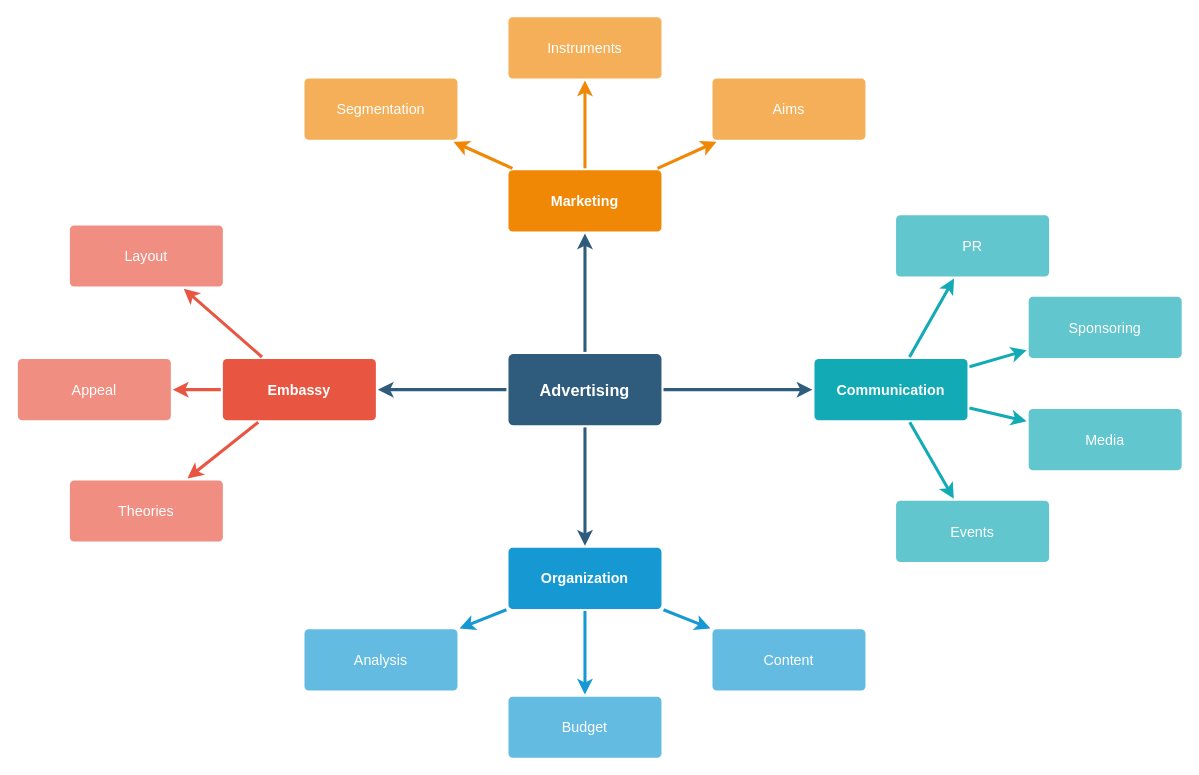
FabioAlex/gim keeps this draw.io diagram as mapa_conceptual.drawio. Above is the earlier version. Source tidied: cells renumbered, new cells numbered last; positions are measured from the earlier drawing's top-left corner, leaving out a move shared by most shapes. Both pictures are drawn from the tidied source at 102%, with x=0, y=0 at pixel (17, 16).
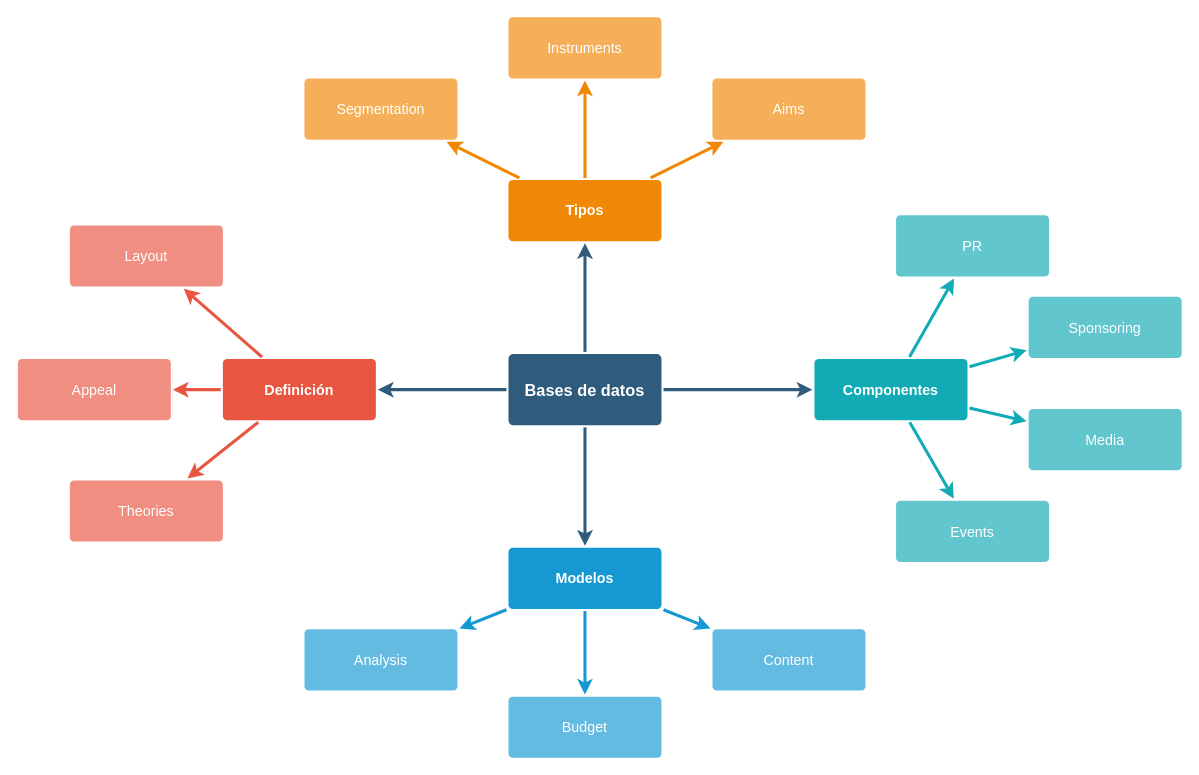
The same page after the edit.

Diff of the diagram source:
```diff
@@
-    <mxCell id="6" value="Advertising" style="rounded=1;whiteSpace=wrap;html=1;shadow=0;labelBackgroundColor=none;strokeColor=none;strokeWidth=3;fillColor=#2F5B7C;fontFamily=Helvetica;fontSize=16;fontColor=#FFFFFF;align=center;fontStyle=1;spacing=5;arcSize=7;perimeterSpacing=2;" parent="1" vertex="1">
+    <mxCell id="6" value="Bases de datos" style="rounded=1;whiteSpace=wrap;html=1;shadow=0;labelBackgroundColor=none;strokeColor=none;strokeWidth=3;fillColor=#2F5B7C;fontFamily=Helvetica;fontSize=16;fontColor=#FFFFFF;align=center;fontStyle=1;spacing=5;arcSize=7;perimeterSpacing=2;" parent="1" vertex="1">
       <mxGeometry x="481" y="330.5" width="150" height="70" as="geometry" />
     </mxCell>
@@
-    <mxCell id="10" value="Embassy" style="rounded=1;whiteSpace=wrap;html=1;shadow=0;labelBackgroundColor=none;strokeColor=none;strokeWidth=3;fillColor=#e85642;fontFamily=Helvetica;fontSize=14;fontColor=#FFFFFF;align=center;spacing=5;fontStyle=1;arcSize=7;perimeterSpacing=2;" parent="1" vertex="1">
+    <mxCell id="10" value="Definición" style="rounded=1;whiteSpace=wrap;html=1;shadow=0;labelBackgroundColor=none;strokeColor=none;strokeWidth=3;fillColor=#e85642;fontFamily=Helvetica;fontSize=14;fontColor=#FFFFFF;align=center;spacing=5;fontStyle=1;arcSize=7;perimeterSpacing=2;" parent="1" vertex="1">
       <mxGeometry x="201" y="335.5" width="150" height="60" as="geometry" />
     </mxCell>
@@
-    <mxCell id="17" value="Organization" style="rounded=1;whiteSpace=wrap;html=1;shadow=0;labelBackgroundColor=none;strokeColor=none;strokeWidth=3;fillColor=#1699d3;fontFamily=Helvetica;fontSize=14;fontColor=#FFFFFF;align=center;spacing=5;fontStyle=1;arcSize=7;perimeterSpacing=2;" parent="1" vertex="1">
+    <mxCell id="17" value="Modelos" style="rounded=1;whiteSpace=wrap;html=1;shadow=0;labelBackgroundColor=none;strokeColor=none;strokeWidth=3;fillColor=#1699d3;fontFamily=Helvetica;fontSize=14;fontColor=#FFFFFF;align=center;spacing=5;fontStyle=1;arcSize=7;perimeterSpacing=2;" parent="1" vertex="1">
       <mxGeometry x="481" y="520.5" width="150" height="60" as="geometry" />
     </mxCell>
@@
-    <mxCell id="21" value="Marketing" style="rounded=1;whiteSpace=wrap;html=1;shadow=0;labelBackgroundColor=none;strokeColor=none;strokeWidth=3;fillColor=#F08705;fontFamily=Helvetica;fontSize=14;fontColor=#FFFFFF;align=center;spacing=5;fontStyle=1;arcSize=7;perimeterSpacing=2;" parent="1" vertex="1">
-      <mxGeometry x="481" y="150.5" width="150" height="60" as="geometry" />
+    <mxCell id="21" value="Tipos" style="rounded=1;whiteSpace=wrap;html=1;shadow=0;labelBackgroundColor=none;strokeColor=none;strokeWidth=3;fillColor=#F08705;fontFamily=Helvetica;fontSize=14;fontColor=#FFFFFF;align=center;spacing=5;fontStyle=1;arcSize=7;perimeterSpacing=2;" parent="1" vertex="1">
+      <mxGeometry x="481" y="160" width="150" height="60" as="geometry" />
     </mxCell>
@@
-    <mxCell id="28" value="Communication" style="rounded=1;whiteSpace=wrap;html=1;shadow=0;labelBackgroundColor=none;strokeColor=none;strokeWidth=3;fillColor=#12aab5;fontFamily=Helvetica;fontSize=14;fontColor=#FFFFFF;align=center;spacing=5;fontStyle=1;arcSize=7;perimeterSpacing=2;" parent="1" vertex="1">
+    <mxCell id="28" value="Componentes" style="rounded=1;whiteSpace=wrap;html=1;shadow=0;labelBackgroundColor=none;strokeColor=none;strokeWidth=3;fillColor=#12aab5;fontFamily=Helvetica;fontSize=14;fontColor=#FFFFFF;align=center;spacing=5;fontStyle=1;arcSize=7;perimeterSpacing=2;" parent="1" vertex="1">
       <mxGeometry x="781" y="335.5" width="150" height="60" as="geometry" />
     </mxCell>
```
